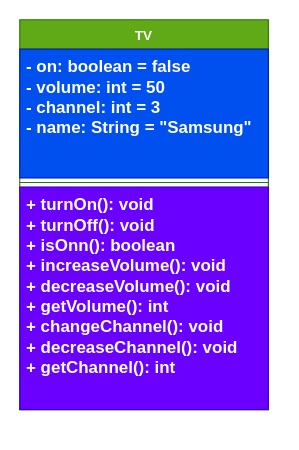
Above: Television/My TV Class Diagram.drawio in Dukeliam/IdeaProjects (draw.io), before the change. Source tidied: cells renumbered, new cells numbered last; positions are measured from the earlier drawing's top-left corner, leaving out a move shared by most shapes. Both pictures are drawn from the tidied source at 113%, with x=0, y=0 at pixel (19, 19).
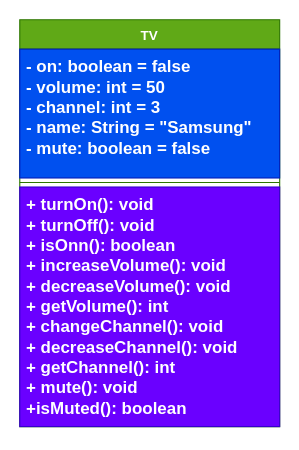
Above is the later version.

Diff of the diagram source:
```diff
@@
 <mxGraphModel>
   <root>
     <mxCell id="0" />
     <mxCell id="1" parent="0" />
     <mxCell id="2" value="TV" style="swimlane;fontStyle=1;align=center;verticalAlign=top;horizontal=1;startSize=26;whiteSpace=wrap;html=1;fillColor=#60a917;fontColor=#ffffff;strokeColor=#2D7600;" parent="1" vertex="1">
-      <mxGeometry width="220" height="345" as="geometry" />
+      <mxGeometry width="230" height="360" as="geometry" />
     </mxCell>
-    <mxCell id="3" value="&lt;div&gt;&lt;b&gt;&lt;font style=&quot;font-size: 15px;&quot;&gt;- on: boolean = false&lt;/font&gt;&lt;/b&gt;&lt;/div&gt;&lt;div&gt;&lt;b&gt;&lt;font style=&quot;font-size: 15px;&quot;&gt;- volume: int = 50&lt;/font&gt;&lt;/b&gt;&lt;/div&gt;&lt;div&gt;&lt;b&gt;&lt;font style=&quot;font-size: 15px;&quot;&gt;- channel: int = 3&lt;/font&gt;&lt;/b&gt;&lt;/div&gt;&lt;div&gt;&lt;b&gt;&lt;font style=&quot;font-size: 15px;&quot;&gt;- name: String = &quot;Samsung&quot;&lt;/font&gt;&lt;/b&gt;&lt;/div&gt;" style="text;strokeColor=#001DBC;fillColor=#0050ef;align=left;verticalAlign=top;spacingLeft=4;spacingRight=4;overflow=hidden;whiteSpace=wrap;html=1;fontColor=#ffffff;" parent="2" vertex="1">
-      <mxGeometry y="26" width="220" height="114" as="geometry" />
+    <mxCell id="3" value="&lt;div&gt;&lt;b&gt;&lt;font style=&quot;font-size: 15px;&quot;&gt;- on: boolean = false&lt;/font&gt;&lt;/b&gt;&lt;/div&gt;&lt;div&gt;&lt;b&gt;&lt;font style=&quot;font-size: 15px;&quot;&gt;- volume: int = 50&lt;/font&gt;&lt;/b&gt;&lt;/div&gt;&lt;div&gt;&lt;b&gt;&lt;font style=&quot;font-size: 15px;&quot;&gt;- channel: int = 3&lt;/font&gt;&lt;/b&gt;&lt;/div&gt;&lt;div&gt;&lt;b&gt;&lt;font style=&quot;font-size: 15px;&quot;&gt;- name: String = &quot;Samsung&quot;&lt;/font&gt;&lt;/b&gt;&lt;/div&gt;&lt;div&gt;&lt;b&gt;&lt;font style=&quot;font-size: 15px;&quot;&gt;- mute: boolean = false&lt;/font&gt;&lt;/b&gt;&lt;/div&gt;" style="text;strokeColor=#001DBC;fillColor=#0050ef;align=left;verticalAlign=top;spacingLeft=4;spacingRight=4;overflow=hidden;whiteSpace=wrap;html=1;fontColor=#ffffff;" parent="2" vertex="1">
+      <mxGeometry y="26" width="230" height="114" as="geometry" />
     </mxCell>
     <mxCell id="4" style="line;strokeWidth=1;fillColor=none;align=left;verticalAlign=middle;spacingTop=-1;spacingLeft=3;spacingRight=3;labelPosition=right;strokeColor=inherit;labelPerimeter=1;" parent="2" vertex="1">
-      <mxGeometry y="140" width="220" height="8" as="geometry" />
+      <mxGeometry y="140" width="230" height="8" as="geometry" />
     </mxCell>
-    <mxCell id="5" value="&lt;div&gt;&lt;b&gt;&lt;font style=&quot;font-size: 15px;&quot;&gt;+ turnOn(): void&lt;/font&gt;&lt;/b&gt;&lt;/div&gt;&lt;div&gt;&lt;b&gt;&lt;font style=&quot;font-size: 15px;&quot;&gt;+ turnOff(): void&lt;/font&gt;&lt;/b&gt;&lt;/div&gt;&lt;div&gt;&lt;b&gt;&lt;font style=&quot;font-size: 15px;&quot;&gt;+ isOnn(): boolean&lt;/font&gt;&lt;/b&gt;&lt;/div&gt;&lt;div&gt;&lt;b&gt;&lt;font style=&quot;font-size: 15px;&quot;&gt;+ increaseVolume(): void&lt;/font&gt;&lt;/b&gt;&lt;/div&gt;&lt;div&gt;&lt;b&gt;&lt;font style=&quot;font-size: 15px;&quot;&gt;+ decreaseVolume(): void&lt;/font&gt;&lt;/b&gt;&lt;/div&gt;&lt;div&gt;&lt;b&gt;&lt;font style=&quot;font-size: 15px;&quot;&gt;+ getVolume(): int&lt;/font&gt;&lt;/b&gt;&lt;/div&gt;&lt;div&gt;&lt;b&gt;&lt;font style=&quot;font-size: 15px;&quot;&gt;+ changeChannel(): void&lt;/font&gt;&lt;/b&gt;&lt;/div&gt;&lt;div&gt;&lt;b&gt;&lt;font style=&quot;font-size: 15px;&quot;&gt;+ decreaseChannel(): void&lt;/font&gt;&lt;/b&gt;&lt;/div&gt;&lt;div&gt;&lt;b&gt;&lt;font style=&quot;font-size: 15px;&quot;&gt;+ getChannel(): int&lt;/font&gt;&lt;/b&gt;&lt;/div&gt;" style="text;strokeColor=#3700CC;fillColor=#6a00ff;align=left;verticalAlign=top;spacingLeft=4;spacingRight=4;overflow=hidden;whiteSpace=wrap;html=1;fontColor=#ffffff;" parent="2" vertex="1">
-      <mxGeometry y="148" width="220" height="197" as="geometry" />
+    <mxCell id="5" value="&lt;div&gt;&lt;b&gt;&lt;font style=&quot;font-size: 15px;&quot;&gt;+ turnOn(): void&lt;/font&gt;&lt;/b&gt;&lt;/div&gt;&lt;div&gt;&lt;b&gt;&lt;font style=&quot;font-size: 15px;&quot;&gt;+ turnOff(): void&lt;/font&gt;&lt;/b&gt;&lt;/div&gt;&lt;div&gt;&lt;b&gt;&lt;font style=&quot;font-size: 15px;&quot;&gt;+ isOnn(): boolean&lt;/font&gt;&lt;/b&gt;&lt;/div&gt;&lt;div&gt;&lt;b&gt;&lt;font style=&quot;font-size: 15px;&quot;&gt;+ increaseVolume(): void&lt;/font&gt;&lt;/b&gt;&lt;/div&gt;&lt;div&gt;&lt;b&gt;&lt;font style=&quot;font-size: 15px;&quot;&gt;+ decreaseVolume(): void&lt;/font&gt;&lt;/b&gt;&lt;/div&gt;&lt;div&gt;&lt;b&gt;&lt;font style=&quot;font-size: 15px;&quot;&gt;+ getVolume(): int&lt;/font&gt;&lt;/b&gt;&lt;/div&gt;&lt;div&gt;&lt;b&gt;&lt;font style=&quot;font-size: 15px;&quot;&gt;+ changeChannel(): void&lt;/font&gt;&lt;/b&gt;&lt;/div&gt;&lt;div&gt;&lt;b&gt;&lt;font style=&quot;font-size: 15px;&quot;&gt;+ decreaseChannel(): void&lt;/font&gt;&lt;/b&gt;&lt;/div&gt;&lt;div&gt;&lt;b&gt;&lt;font style=&quot;font-size: 15px;&quot;&gt;+ getChannel(): int&lt;/font&gt;&lt;/b&gt;&lt;/div&gt;&lt;div&gt;&lt;b&gt;&lt;font style=&quot;font-size: 15px;&quot;&gt;+ mute(): void&lt;/font&gt;&lt;/b&gt;&lt;/div&gt;&lt;div&gt;&lt;b&gt;&lt;font style=&quot;font-size: 15px;&quot;&gt;+isMuted(): boolean&lt;/font&gt;&lt;/b&gt;&lt;/div&gt;" style="text;strokeColor=#3700CC;fillColor=#6a00ff;align=left;verticalAlign=top;spacingLeft=4;spacingRight=4;overflow=hidden;whiteSpace=wrap;html=1;fontColor=#ffffff;" parent="2" vertex="1">
+      <mxGeometry y="148" width="230" height="212" as="geometry" />
     </mxCell>
   </root>
 </mxGraphModel>
```
